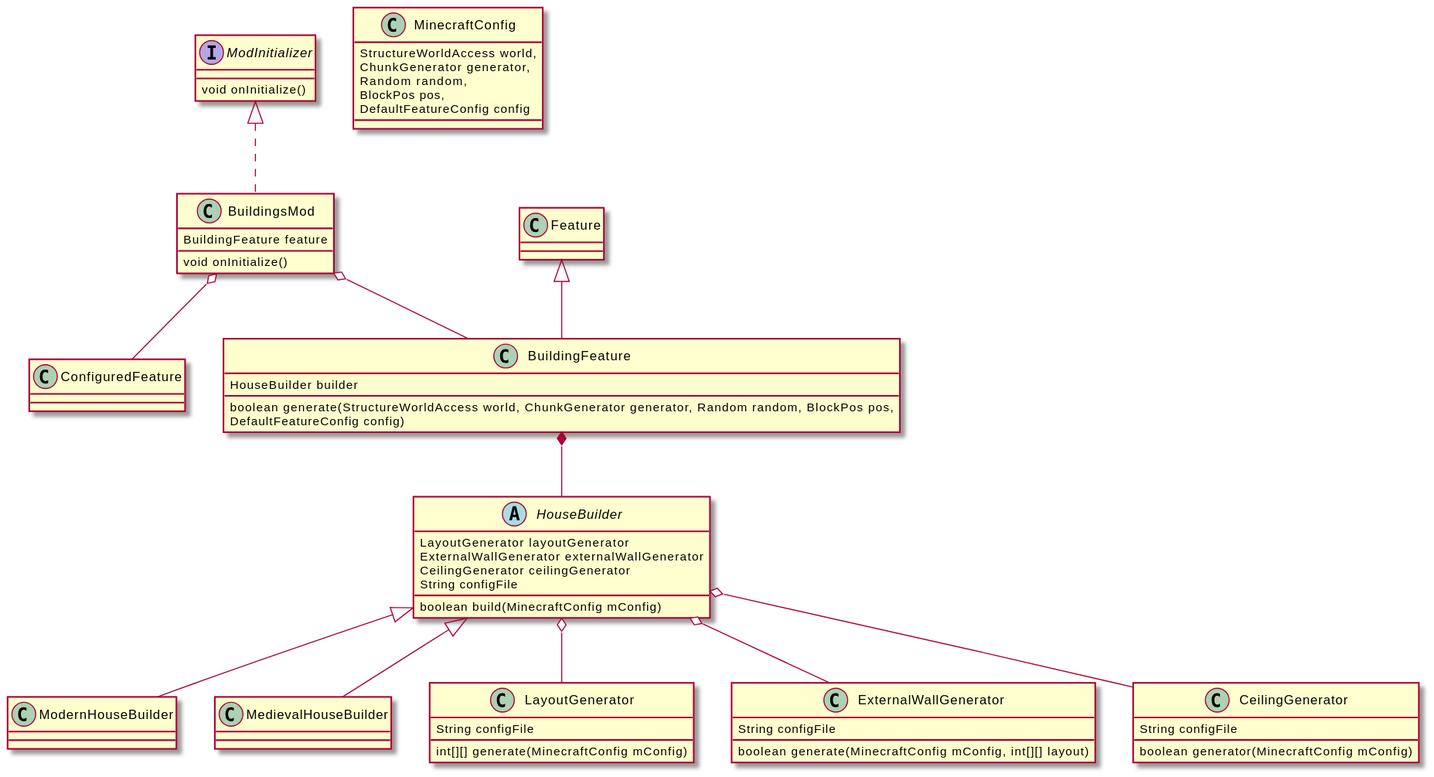
This is src/main/ClassUMLDiagram.svg from pmolodyk/MinecraftFabricMod, a PlantUML export, as it was before one commit.
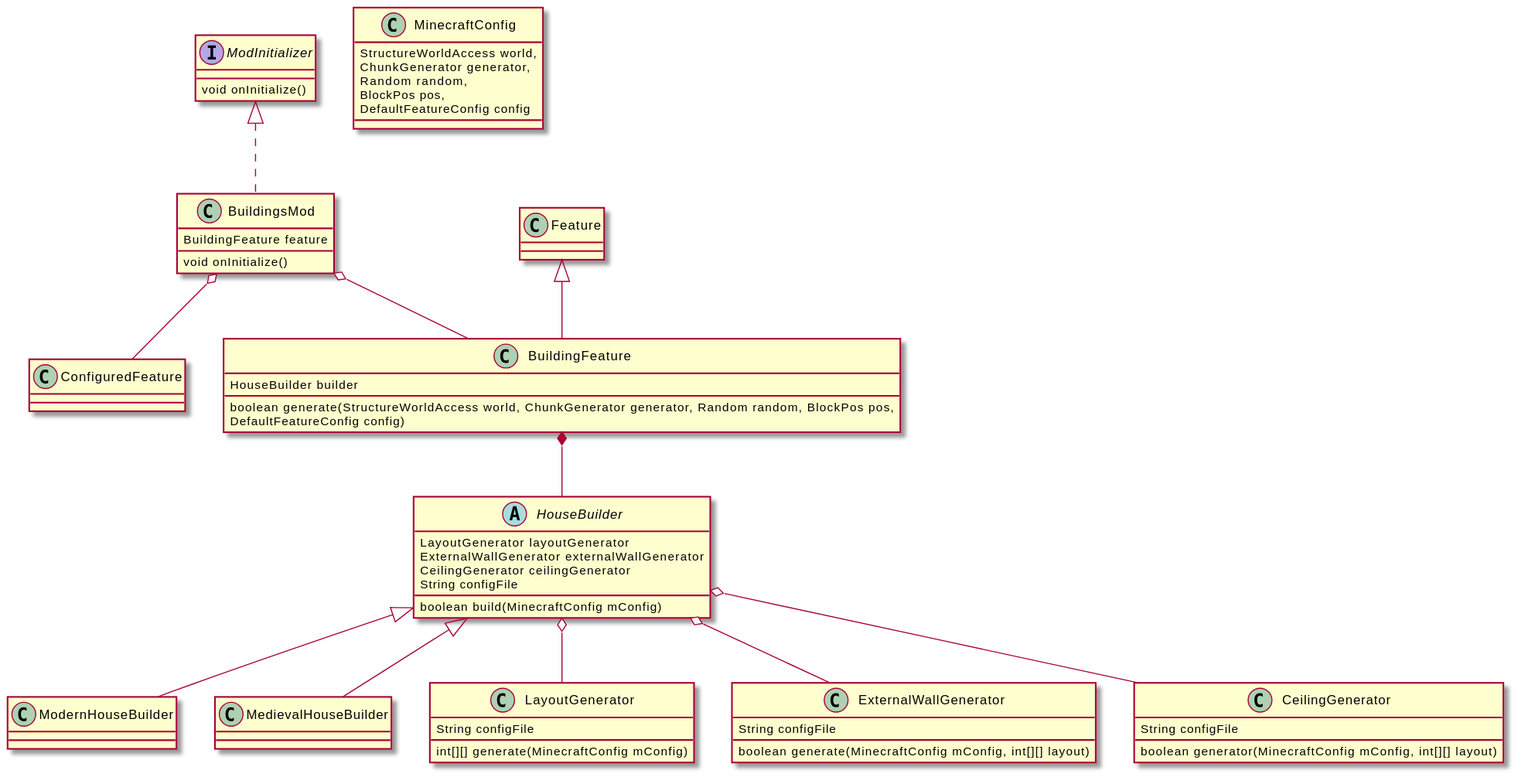
The same file after the commit.

Diff of the diagram source:
```diff
@@ -55,7 +55,7 @@
 
 class CeilingGenerator{
     String configFile
-    boolean generator(MinecraftConfig mConfig)
+    boolean generator(MinecraftConfig mConfig, int[][] layout)
 }
 
 ModInitializer <|.. BuildingsMod
```
